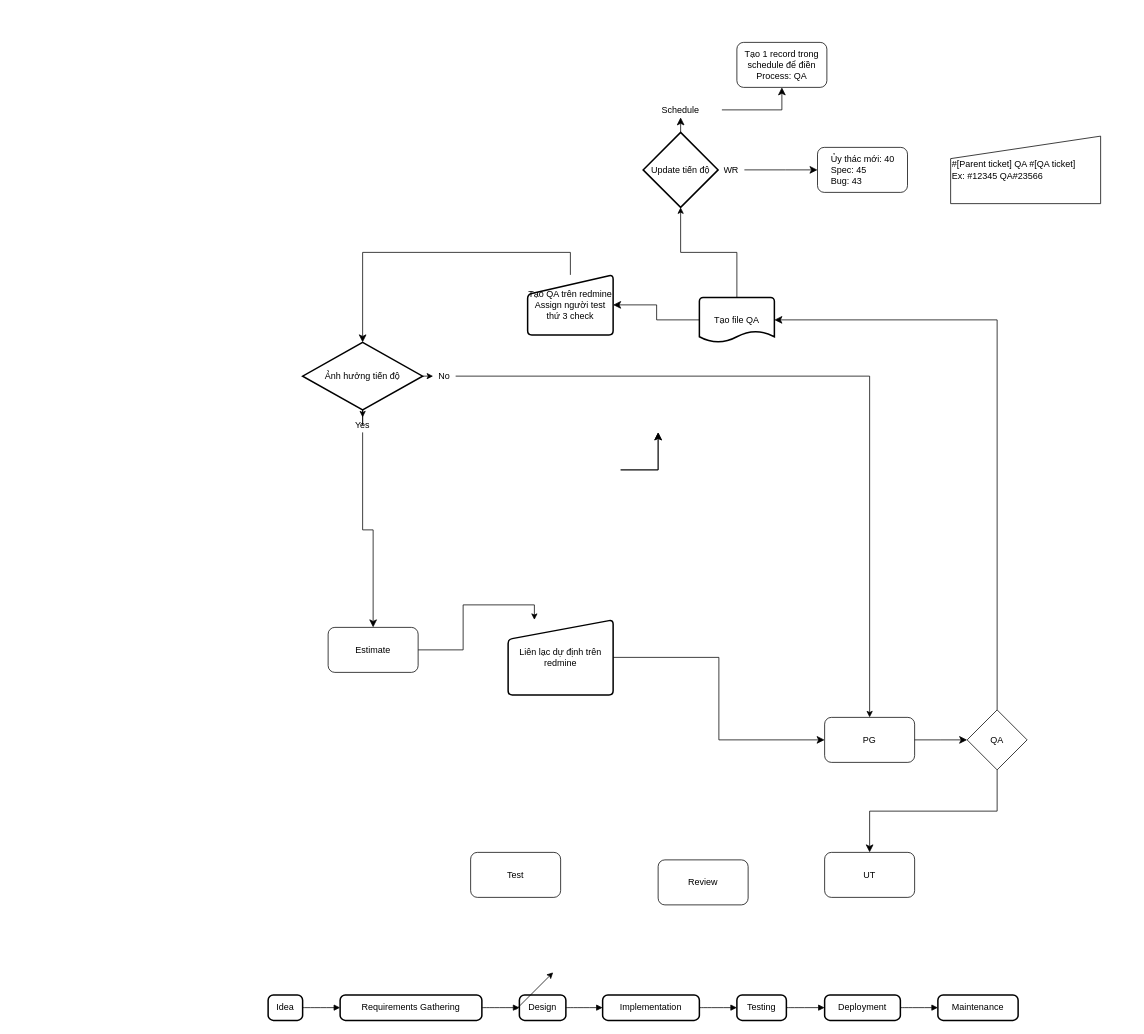
Before: Software_Development_Process.drawio in vebinhhoanggia/drawio, a draw.io diagram. Source tidied: cells renumbered, new cells numbered last; positions are measured from the earlier drawing's top-left corner, leaving out a move shared by most shapes. Both pictures are drawn from the tidied source at 75%, with x=0, y=0 at pixel (268, 42).
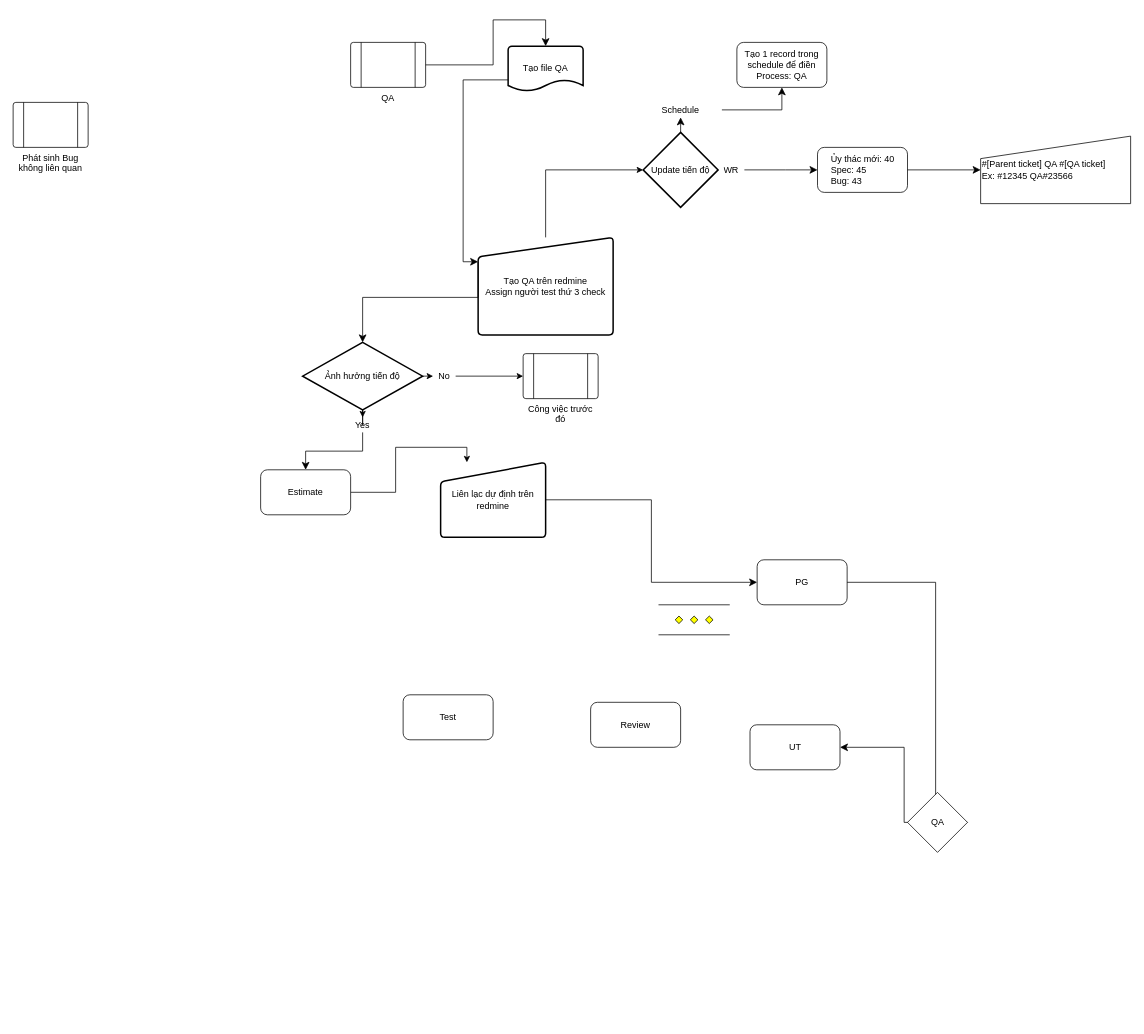
Above is the later version.

The change refers to these unchanged cells:
```xml
<mxCell id="34" value="Ảnh hưởng tiến độ" style="strokeWidth=2;html=1;shape=mxgraph.flowchart.decision;whiteSpace=wrap;" parent="1" vertex="1">
  <mxGeometry x="46" y="400" width="160" height="90" as="geometry" />
</mxCell>
<mxCell id="38" value="No" style="text;html=1;strokeColor=none;fillColor=none;align=center;verticalAlign=middle;whiteSpace=wrap;overflow=hidden;" parent="1" vertex="1">
  <mxGeometry x="220" y="435" width="30" height="20" as="geometry" />
</mxCell>
<mxCell id="43" value="Update tiến độ" style="strokeWidth=2;html=1;shape=mxgraph.flowchart.decision;whiteSpace=wrap;" parent="1" vertex="1">
  <mxGeometry x="500" y="120" width="100" height="100" as="geometry" />
</mxCell>
<mxCell id="47" value="&lt;div style=&quot;text-align: left;&quot;&gt;&lt;span style=&quot;background-color: initial;&quot;&gt;Ủy thác mới: 40&lt;/span&gt;&lt;/div&gt;&lt;div style=&quot;text-align: left;&quot;&gt;&lt;span style=&quot;background-color: initial;&quot;&gt;Spec: 45&lt;/span&gt;&lt;/div&gt;&lt;div style=&quot;text-align: left;&quot;&gt;&lt;span style=&quot;background-color: initial;&quot;&gt;Bug: 43&lt;/span&gt;&lt;/div&gt;" style="rounded=1;whiteSpace=wrap;html=1;" parent="1" vertex="1">
  <mxGeometry x="732.5" y="140" width="120" height="60" as="geometry" />
</mxCell>
```

Diff of the diagram source:
```diff
@@
-    <mxCell id="2" value="Idea" style="rounded=1;absoluteArcSize=1;arcSize=14;whiteSpace=wrap;strokeWidth=2;" parent="1" vertex="1">
-      <mxGeometry y="1270" width="46" height="34" as="geometry" />
-    </mxCell>
-    <mxCell id="3" value="Requirements Gathering" style="rounded=1;absoluteArcSize=1;arcSize=14;whiteSpace=wrap;strokeWidth=2;" parent="1" vertex="1">
-      <mxGeometry x="96" y="1270" width="189" height="34" as="geometry" />
-    </mxCell>
-    <mxCell id="4" value="Design" style="rounded=1;absoluteArcSize=1;arcSize=14;whiteSpace=wrap;strokeWidth=2;" parent="1" vertex="1">
-      <mxGeometry x="335" y="1270" width="62" height="34" as="geometry" />
-    </mxCell>
-    <mxCell id="5" value="Implementation" style="rounded=1;absoluteArcSize=1;arcSize=14;whiteSpace=wrap;strokeWidth=2;" parent="1" vertex="1">
-      <mxGeometry x="446" y="1270" width="129" height="34" as="geometry" />
-    </mxCell>
-    <mxCell id="6" value="Testing" style="rounded=1;absoluteArcSize=1;arcSize=14;whiteSpace=wrap;strokeWidth=2;" parent="1" vertex="1">
-      <mxGeometry x="625" y="1270" width="66" height="34" as="geometry" />
-    </mxCell>
-    <mxCell id="7" value="Deployment" style="rounded=1;absoluteArcSize=1;arcSize=14;whiteSpace=wrap;strokeWidth=2;" parent="1" vertex="1">
-      <mxGeometry x="742" y="1270" width="101" height="34" as="geometry" />
-    </mxCell>
-    <mxCell id="8" value="Maintenance" style="rounded=1;absoluteArcSize=1;arcSize=14;whiteSpace=wrap;strokeWidth=2;" parent="1" vertex="1">
-      <mxGeometry x="893" y="1270" width="107" height="34" as="geometry" />
-    </mxCell>
-    <mxCell id="9" style="curved=1;startArrow=none;endArrow=block;exitX=1.002038043478261;exitY=0.5;entryX=0.000496031746031746;entryY=0.5;" parent="1" edge="1" source="2" target="3">
-      <mxGeometry relative="1" as="geometry" />
-    </mxCell>
-    <mxCell id="10" style="curved=1;startArrow=none;endArrow=block;exitX=0.998098544973545;exitY=0.5;entryX=-0.0057963709677419355;entryY=0.5;" parent="1" edge="1" source="3" target="4">
-      <mxGeometry relative="1" as="geometry" />
-    </mxCell>
-    <mxCell id="11" style="curved=1;startArrow=none;endArrow=block;exitX=0.9879032258064516;exitY=0.5;entryX=0.001937984496124031;entryY=0.5;" parent="1" edge="1" source="4" target="5">
-      <mxGeometry relative="1" as="geometry" />
-    </mxCell>
-    <mxCell id="12" style="curved=1;startArrow=none;endArrow=block;exitX=1.0026041666666667;exitY=0.5;entryX=0.005089962121212121;entryY=0.5;" parent="1" edge="1" source="5" target="6">
-      <mxGeometry relative="1" as="geometry" />
-    </mxCell>
-    <mxCell id="13" style="curved=1;startArrow=none;endArrow=block;exitX=1.007930871212121;exitY=0.5;entryX=-0.004718440594059406;entryY=0.5;" parent="1" edge="1" source="6" target="7">
-      <mxGeometry relative="1" as="geometry" />
-    </mxCell>
-    <mxCell id="14" style="curved=1;startArrow=none;endArrow=block;exitX=0.9992264851485149;exitY=0.5;entryX=-0.0007301401869158878;entryY=0.5;" parent="1" edge="1" source="7" target="8">
-      <mxGeometry relative="1" as="geometry" />
-    </mxCell>
@@
     <mxCell id="16" value="Estimate" style="rounded=1;whiteSpace=wrap;html=1;" parent="1" vertex="1">
-      <mxGeometry x="80" y="780" width="120" height="60" as="geometry" />
+      <mxGeometry x="-10" y="569.9" width="120" height="60" as="geometry" />
     </mxCell>
-    <mxCell id="17" style="endArrow=classic;html=1;rounded=0;" parent="1" edge="1">
-      <mxGeometry relative="1" as="geometry">
-        <mxPoint x="330" y="1290" as="sourcePoint" />
-        <mxPoint x="380" y="1240" as="targetPoint" />
-      </mxGeometry>
-    </mxCell>
     <mxCell id="18" value="PG" style="rounded=1;whiteSpace=wrap;html=1;" parent="1" vertex="1">
-      <mxGeometry x="742" y="900" width="120" height="60" as="geometry" />
+      <mxGeometry x="652" y="689.9" width="120" height="60" as="geometry" />
     </mxCell>
     <mxCell id="19" value="UT" style="rounded=1;whiteSpace=wrap;html=1;" parent="1" vertex="1">
-      <mxGeometry x="742" y="1080" width="120" height="60" as="geometry" />
+      <mxGeometry x="642.5" y="909.9" width="120" height="60" as="geometry" />
     </mxCell>
     <mxCell id="20" value="Review" style="rounded=1;whiteSpace=wrap;html=1;" parent="1" vertex="1">
-      <mxGeometry x="520" y="1090" width="120" height="60" as="geometry" />
+      <mxGeometry x="430" y="879.9" width="120" height="60" as="geometry" />
     </mxCell>
     <mxCell id="21" value="Test" style="rounded=1;whiteSpace=wrap;html=1;" parent="1" vertex="1">
-      <mxGeometry x="270" y="1080" width="120" height="60" as="geometry" />
+      <mxGeometry x="180" y="869.9" width="120" height="60" as="geometry" />
     </mxCell>
-    <mxCell id="22" value="QA" style="rhombus;whiteSpace=wrap;html=1;" parent="1" vertex="1">
-      <mxGeometry x="932" y="890" width="80" height="80" as="geometry" />
-    </mxCell>
@@
     <mxCell id="24" value="Liên lạc dự định trên redmine" style="html=1;strokeWidth=2;shape=manualInput;whiteSpace=wrap;rounded=1;size=26;arcSize=11;" parent="1" vertex="1">
-      <mxGeometry x="320" y="770" width="140" height="100" as="geometry" />
+      <mxGeometry x="230" y="559.9" width="140" height="100" as="geometry" />
     </mxCell>
-    <mxCell id="25" style="edgeStyle=elbowEdgeStyle;elbow=vertical;endArrow=classic;html=1;curved=0;rounded=0;endSize=8;startSize=8;exitX=0.5;exitY=0;exitDx=0;exitDy=0;entryX=1;entryY=0.5;entryDx=0;entryDy=0;entryPerimeter=0;" parent="1" edge="1" source="22" target="27">
-      <mxGeometry relative="1" as="geometry">
-        <Array as="points">
-          <mxPoint x="860" y="370" />
-        </Array>
-      </mxGeometry>
-    </mxCell>
-    <mxCell id="26" style="edgeStyle=orthogonalEdgeStyle;rounded=0;jettySize=auto;html=1;exitX=0.5;exitY=0;exitDx=0;exitDy=0;exitPerimeter=0;entryX=0.5;entryY=1;entryDx=0;entryDy=0;entryPerimeter=0;" parent="1" edge="1" source="27" target="43">
+    <mxCell id="26" style="edgeStyle=orthogonalEdgeStyle;rounded=0;jettySize=auto;html=1;exitX=0.5;exitY=0;exitDx=0;exitDy=0;entryX=0;entryY=0.5;entryDx=0;entryDy=0;entryPerimeter=0;" parent="1" edge="1" source="31" target="43">
       <mxGeometry relative="1" as="geometry" />
     </mxCell>
     <mxCell id="27" value="Tạo file QA" style="strokeWidth=2;html=1;shape=mxgraph.flowchart.document2;whiteSpace=wrap;size=0.25;" parent="1" vertex="1">
-      <mxGeometry x="575" y="340" width="100" height="60" as="geometry" />
+      <mxGeometry x="320" y="5" width="100" height="60" as="geometry" />
     </mxCell>
@@
-    <mxCell id="29" style="edgeStyle=elbowEdgeStyle;elbow=horizontal;endArrow=classic;html=1;curved=0;rounded=0;endSize=8;startSize=8;entryX=1;entryY=0.5;entryDx=0;entryDy=0;" parent="1" edge="1" source="27" target="31">
-      <mxGeometry relative="1" as="geometry" />
+    <mxCell id="29" style="edgeStyle=elbowEdgeStyle;elbow=horizontal;endArrow=classic;html=1;curved=0;rounded=0;endSize=8;startSize=8;exitX=0;exitY=0.75;exitDx=0;exitDy=0;exitPerimeter=0;entryX=0;entryY=0.25;entryDx=0;entryDy=0;" parent="1" edge="1" source="27" target="31">
+      <mxGeometry relative="1" as="geometry">
+        <Array as="points">
+          <mxPoint x="260" y="170" />
+        </Array>
+      </mxGeometry>
     </mxCell>
-    <mxCell id="30" style="edgeStyle=elbowEdgeStyle;elbow=horizontal;endArrow=classic;html=1;curved=0;rounded=0;endSize=8;startSize=8;exitX=1;exitY=0.5;exitDx=0;exitDy=0;" parent="1" edge="1" source="18" target="22">
+    <mxCell id="30" style="edgeStyle=elbowEdgeStyle;elbow=horizontal;endArrow=classic;html=1;curved=0;rounded=0;endSize=8;startSize=8;exitX=1;exitY=0.5;exitDx=0;exitDy=0;entryX=1;entryY=0.5;entryDx=0;entryDy=0;" parent="1" edge="1" source="22" target="19">
       <mxGeometry relative="1" as="geometry" />
     </mxCell>
     <mxCell id="31" value="Tạo QA trên redmine&lt;br&gt;Assign người test thứ 3 check" style="html=1;strokeWidth=2;shape=manualInput;whiteSpace=wrap;rounded=1;size=26;arcSize=11;" parent="1" vertex="1">
-      <mxGeometry x="346" y="310" width="114" height="80" as="geometry" />
+      <mxGeometry x="280" y="260" width="180" height="130" as="geometry" />
     </mxCell>
-    <mxCell id="32" style="edgeStyle=elbowEdgeStyle;elbow=vertical;endArrow=classic;html=1;curved=0;rounded=0;endSize=8;startSize=8;" parent="1" edge="1" source="31" target="34">
+    <mxCell id="32" style="edgeStyle=elbowEdgeStyle;elbow=vertical;endArrow=classic;html=1;curved=0;rounded=0;endSize=8;startSize=8;exitX=0;exitY=0.25;exitDx=0;exitDy=0;entryX=0.5;entryY=0;entryDx=0;entryDy=0;entryPerimeter=0;" parent="1" edge="1" source="31" target="34">
       <mxGeometry relative="1" as="geometry">
         <Array as="points">
-          <mxPoint x="280" y="280" />
+          <mxPoint x="200" y="340" />
         </Array>
       </mxGeometry>
     </mxCell>
@@
-    <mxCell id="35" style="edgeStyle=elbowEdgeStyle;elbow=vertical;endArrow=classic;html=1;curved=0;rounded=0;endSize=8;startSize=8;exitX=0.5;exitY=1;exitDx=0;exitDy=0;entryX=0.5;entryY=0;entryDx=0;entryDy=0;" parent="1" edge="1" source="22" target="19">
-      <mxGeometry relative="1" as="geometry" />
-    </mxCell>
@@
-    <mxCell id="37" style="edgeStyle=orthogonalEdgeStyle;rounded=0;jettySize=auto;html=1;exitX=1;exitY=0.5;exitDx=0;exitDy=0;" parent="1" edge="1" source="38" target="18">
-      <mxGeometry relative="1" as="geometry" />
-    </mxCell>
@@
-    <mxCell id="41" style="edgeStyle=segmentEdgeStyle;endArrow=classic;html=1;curved=0;rounded=0;endSize=8;startSize=8;" parent="1" edge="1">
-      <mxGeometry relative="1" as="geometry">
-        <mxPoint x="470" y="570" as="sourcePoint" />
-        <mxPoint x="520" y="520" as="targetPoint" />
-      </mxGeometry>
-    </mxCell>
-    <mxCell id="42" style="edgeStyle=segmentEdgeStyle;endArrow=classic;html=1;curved=0;rounded=0;endSize=8;startSize=8;" parent="1" edge="1">
-      <mxGeometry relative="1" as="geometry">
-        <mxPoint x="470" y="570" as="sourcePoint" />
-        <mxPoint x="520" y="520" as="targetPoint" />
-      </mxGeometry>
-    </mxCell>
@@
     <mxCell id="51" value="#[Parent ticket] QA #[QA ticket]&lt;br&gt;Ex: #12345 QA#23566" style="shape=manualInput;whiteSpace=wrap;html=1;align=left;" parent="1" vertex="1">
-      <mxGeometry x="910" y="125" width="200" height="90" as="geometry" />
+      <mxGeometry x="950" y="125" width="200" height="90" as="geometry" />
     </mxCell>
+    <mxCell id="52" style="verticalLabelPosition=bottom;verticalAlign=top;html=1;shape=mxgraph.flowchart.parallel_mode;" parent="1" vertex="1">
+      <mxGeometry x="520.5" y="749.9" width="95" height="40" as="geometry" />
+    </mxCell>
+    <mxCell id="53" value="QA" style="verticalLabelPosition=bottom;verticalAlign=top;html=1;shape=process;whiteSpace=wrap;rounded=1;size=0.14;arcSize=6;" parent="1" vertex="1">
+      <mxGeometry x="110" width="100" height="60" as="geometry" />
+    </mxCell>
+    <mxCell id="54" style="edgeStyle=segmentEdgeStyle;endArrow=classic;html=1;curved=0;rounded=0;endSize=8;startSize=8;exitX=1;exitY=0.5;exitDx=0;exitDy=0;entryX=0.5;entryY=0;entryDx=0;entryDy=0;entryPerimeter=0;" parent="1" edge="1" source="53" target="27">
+      <mxGeometry relative="1" as="geometry">
+        <Array as="points">
+          <mxPoint x="300" y="30" />
+          <mxPoint x="300" y="-30" />
+          <mxPoint x="370" y="-30" />
+        </Array>
+      </mxGeometry>
+    </mxCell>
+    <mxCell id="55" style="edgeStyle=elbowEdgeStyle;elbow=horizontal;endArrow=classic;html=1;curved=0;rounded=0;endSize=8;startSize=8;exitX=1;exitY=0.5;exitDx=0;exitDy=0;entryX=1;entryY=0.5;entryDx=0;entryDy=0;" parent="1" edge="1" source="18" target="22">
+      <mxGeometry relative="1" as="geometry">
+        <Array as="points">
+          <mxPoint x="890" y="1050" />
+        </Array>
+      </mxGeometry>
+    </mxCell>
+    <mxCell id="22" value="QA" style="rhombus;whiteSpace=wrap;html=1;" parent="1" vertex="1">
+      <mxGeometry x="852.5" y="1000" width="80" height="80" as="geometry" />
+    </mxCell>
+    <mxCell id="56" style="edgeStyle=orthogonalEdgeStyle;rounded=0;jettySize=auto;html=1;exitX=1;exitY=0.5;exitDx=0;exitDy=0;" parent="1" edge="1" source="38" target="57">
+      <mxGeometry relative="1" as="geometry" />
+    </mxCell>
+    <mxCell id="57" value="Công việc trước đó" style="verticalLabelPosition=bottom;verticalAlign=top;html=1;shape=process;whiteSpace=wrap;rounded=1;size=0.14;arcSize=6;" parent="1" vertex="1">
+      <mxGeometry x="340" y="415" width="100" height="60" as="geometry" />
+    </mxCell>
+    <mxCell id="58" style="edgeStyle=segmentEdgeStyle;endArrow=classic;html=1;curved=0;rounded=0;endSize=8;startSize=8;exitX=1;exitY=0.5;exitDx=0;exitDy=0;entryX=0;entryY=0.5;entryDx=0;entryDy=0;" parent="1" edge="1" source="47" target="51">
+      <mxGeometry relative="1" as="geometry" />
+    </mxCell>
+    <mxCell id="59" value="Phát sinh Bug không liên quan" style="verticalLabelPosition=bottom;verticalAlign=top;html=1;shape=process;whiteSpace=wrap;rounded=1;size=0.14;arcSize=6;" parent="1" vertex="1">
+      <mxGeometry x="-340" y="80" width="100" height="60" as="geometry" />
+    </mxCell>
```
